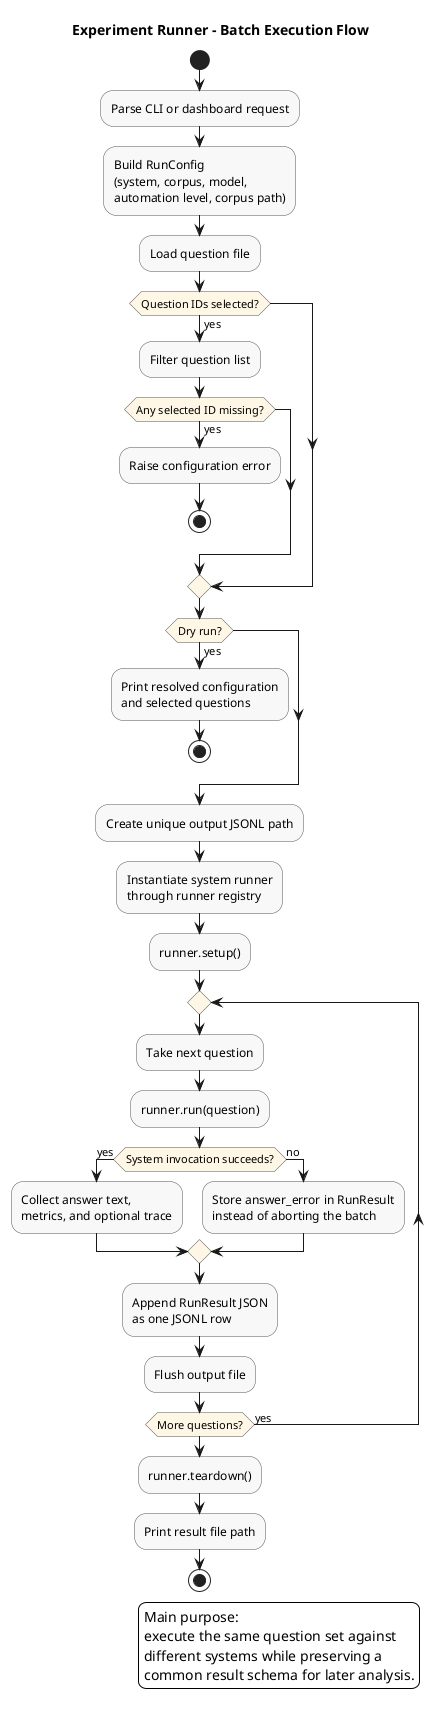
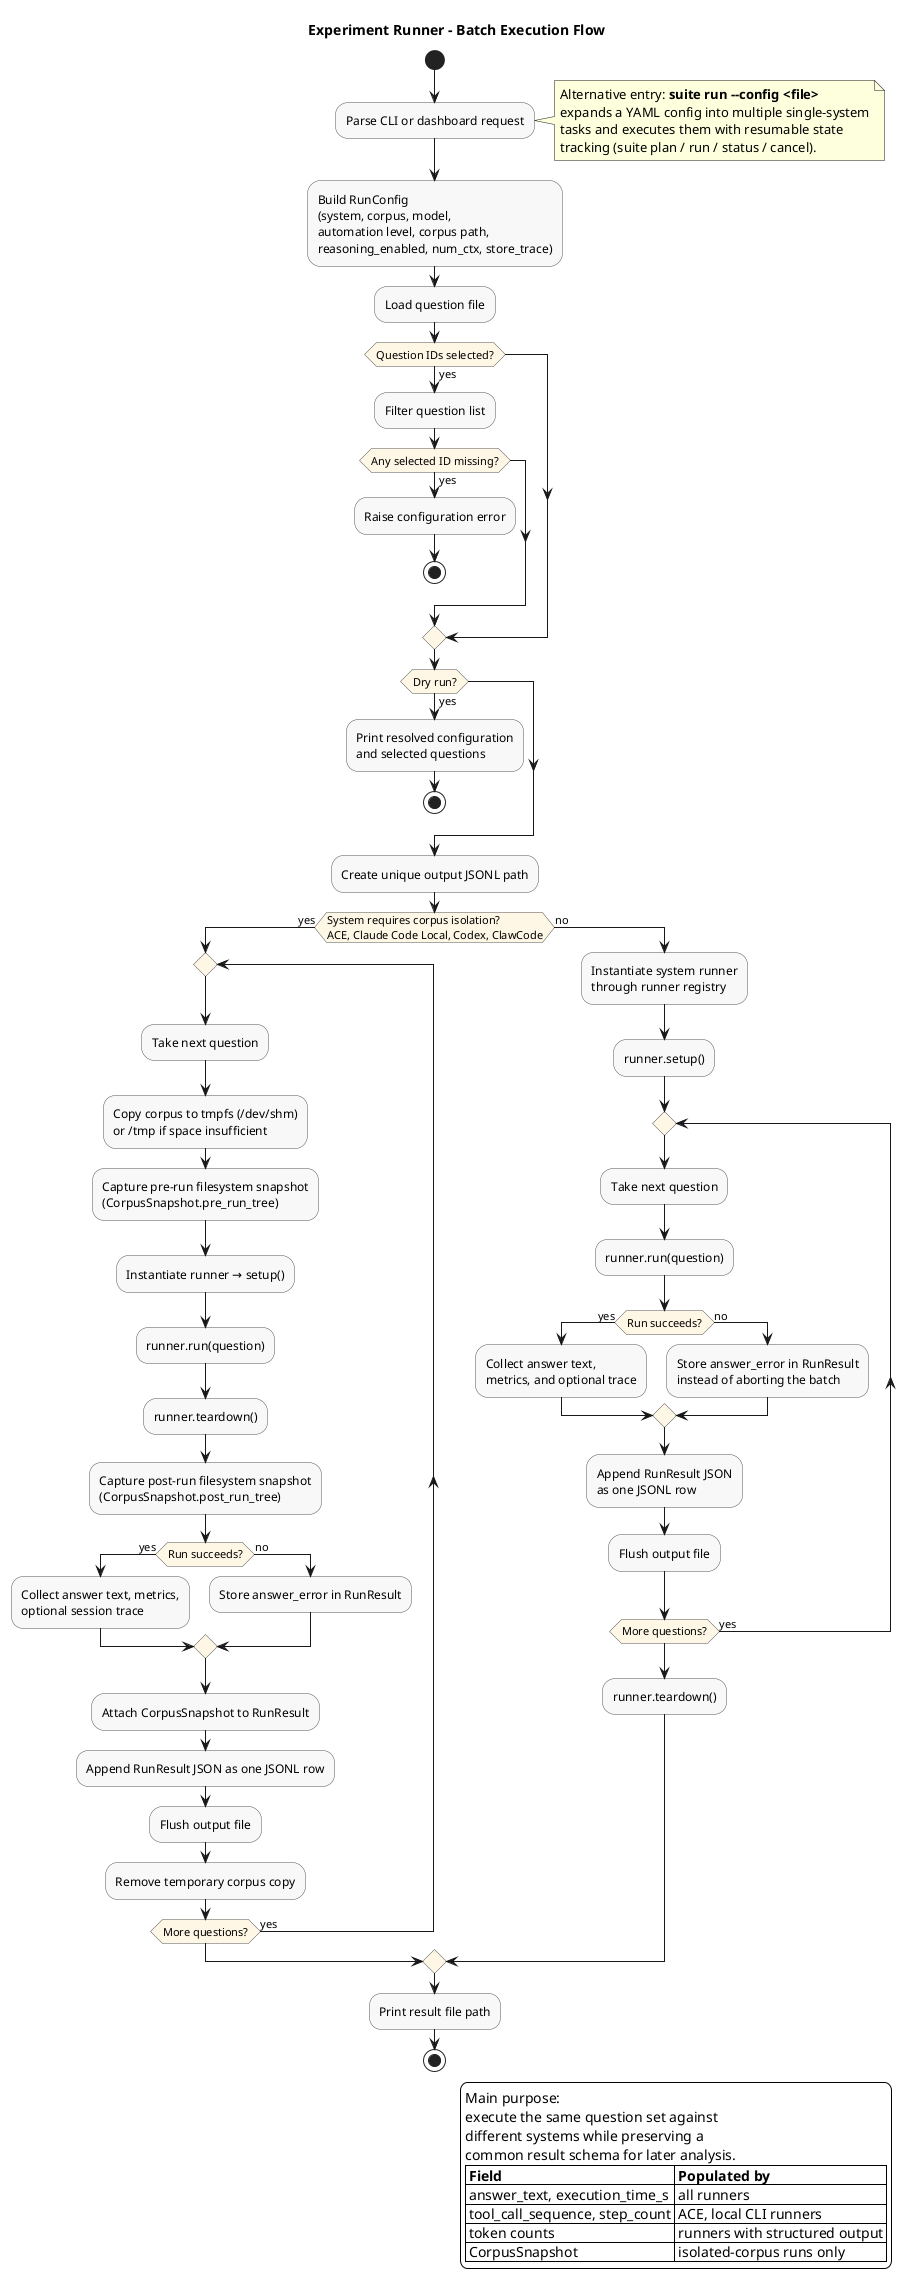
@startuml
title Experiment Runner - Batch Execution Flow

skinparam backgroundColor white
skinparam shadowing false
skinparam defaultFontName Arial
skinparam activity {
  BackgroundColor #F8F8F8
  BorderColor #555555
  DiamondBackgroundColor #FFF7E6
  DiamondBorderColor #555555
}

start

:Parse CLI or dashboard request;
- :Build RunConfig\n(system, corpus, model,\nautomation level, corpus path);
+ 
+ note right
+   Alternative entry: **suite run --config <file>**
+   expands a YAML config into multiple single-system
+   tasks and executes them with resumable state
+   tracking (suite plan / run / status / cancel).
+ end note
+ 
+ :Build RunConfig\n(system, corpus, model,\nautomation level, corpus path,\nreasoning_enabled, num_ctx, store_trace);
:Load question file;

if (Question IDs selected?) then (yes)
  :Filter question list;
  if (Any selected ID missing?) then (yes)
    :Raise configuration error;
    stop
  endif
endif

if (Dry run?) then (yes)
  :Print resolved configuration\nand selected questions;
  stop
endif

:Create unique output JSONL path;
- :Instantiate system runner\nthrough runner registry;
- :runner.setup();

- repeat
-   :Take next question;
-   :runner.run(question);
+ if (System requires corpus isolation?\nACE, Claude Code Local, Codex, ClawCode) then (yes)

-   if (System invocation succeeds?) then (yes)
-     :Collect answer text,\nmetrics, and optional trace;
-   else (no)
-     :Store answer_error in RunResult\ninstead of aborting the batch;
-   endif
+   repeat
+     :Take next question;
+     :Copy corpus to tmpfs (/dev/shm)\nor /tmp if space insufficient;
+     :Capture pre-run filesystem snapshot\n(CorpusSnapshot.pre_run_tree);
+     :Instantiate runner → setup();
+     :runner.run(question);
+     :runner.teardown();
+     :Capture post-run filesystem snapshot\n(CorpusSnapshot.post_run_tree);

-   :Append RunResult JSON\nas one JSONL row;
-   :Flush output file;
- repeat while (More questions?) is (yes)
+     if (Run succeeds?) then (yes)
+       :Collect answer text, metrics,\noptional session trace;
+     else (no)
+       :Store answer_error in RunResult;
+     endif

- :runner.teardown();
+     :Attach CorpusSnapshot to RunResult;
+     :Append RunResult JSON as one JSONL row;
+     :Flush output file;
+     :Remove temporary corpus copy;
+   repeat while (More questions?) is (yes)
+ 
+ else (no)
+ 
+   :Instantiate system runner\nthrough runner registry;
+   :runner.setup();
+ 
+   repeat
+     :Take next question;
+     :runner.run(question);
+ 
+     if (Run succeeds?) then (yes)
+       :Collect answer text,\nmetrics, and optional trace;
+     else (no)
+       :Store answer_error in RunResult\ninstead of aborting the batch;
+     endif
+ 
+     :Append RunResult JSON\nas one JSONL row;
+     :Flush output file;
+   repeat while (More questions?) is (yes)
+ 
+   :runner.teardown();
+ 
+ endif
+ 
:Print result file path;

stop

legend right
  Main purpose:
  execute the same question set against
  different systems while preserving a
  common result schema for later analysis.
+   |= Field |= Populated by |
+   | answer_text, execution_time_s | all runners |
+   | tool_call_sequence, step_count | ACE, local CLI runners |
+   | token counts | runners with structured output |
+   | CorpusSnapshot | isolated-corpus runs only |
endlegend

@enduml
